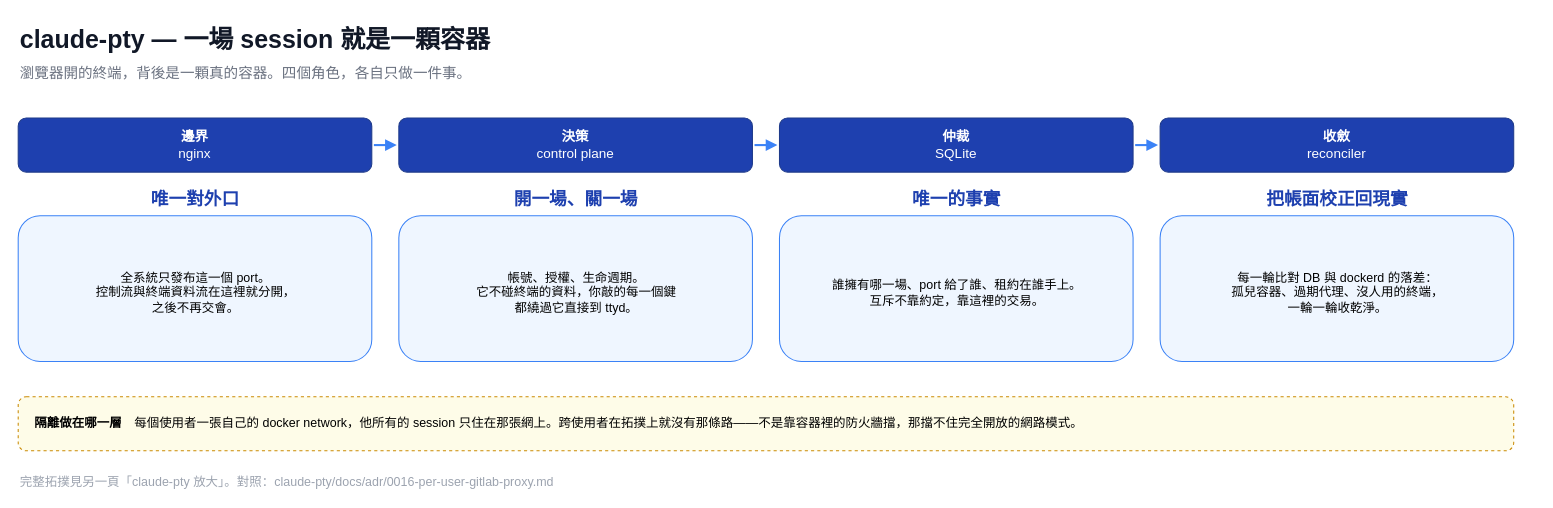
Above: page "claude-pty（一頁版）" (3 of 3) of docs/architecture.drawio in nathanfhh/30-days-ironman (draw.io), before the change. Source tidied: cells renumbered, new cells numbered last; positions are measured from the earlier drawing's top-left corner, leaving out a move shared by most shapes. Both pictures are drawn from the tidied source at 104%, with x=0, y=0 at pixel (18, 18).
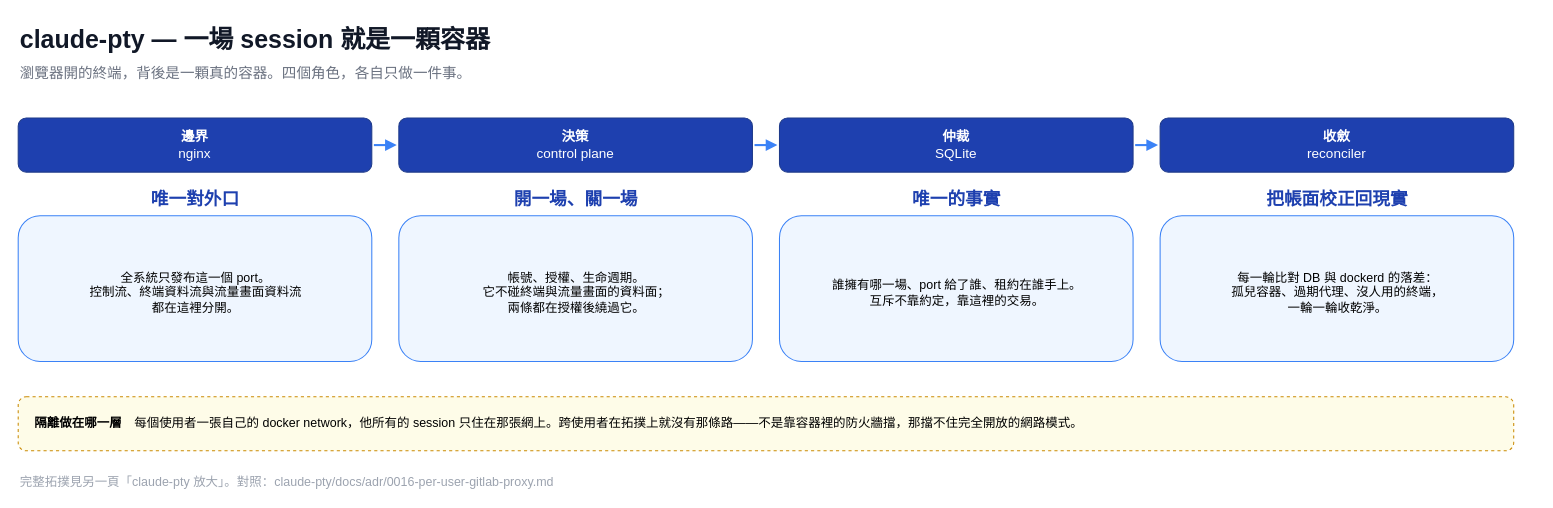
Above is the later version.

Diff of the diagram source:
```diff
@@
-    <mxCell id="6" value="全系統只發布這一個 port。&lt;br&gt;控制流與終端資料流在這裡就分開，&lt;br&gt;之後不再交會。" style="rounded=1;whiteSpace=wrap;html=1;fillColor=#eff6ff;strokeColor=#3b82f6;fontSize=12;align=center;spacingLeft=12;spacingRight=10;verticalAlign=middle;spacingTop=8;" parent="1" vertex="1">
+    <mxCell id="6" value="全系統只發布這一個 port。&lt;br&gt;控制流、終端資料流與流量畫面資料流&lt;br&gt;都在這裡分開。" style="rounded=1;whiteSpace=wrap;html=1;fillColor=#eff6ff;strokeColor=#3b82f6;fontSize=12;align=center;spacingLeft=12;spacingRight=10;verticalAlign=middle;spacingTop=8;" parent="1" vertex="1">
       <mxGeometry y="190" width="340" height="140" as="geometry" />
     </mxCell>
@@
-    <mxCell id="9" value="帳號、授權、生命週期。&lt;br&gt;它不碰終端的資料，你敲的每一個鍵&lt;br&gt;都繞過它直接到 ttyd。" style="rounded=1;whiteSpace=wrap;html=1;fillColor=#eff6ff;strokeColor=#3b82f6;fontSize=12;align=center;spacingLeft=12;spacingRight=10;verticalAlign=middle;spacingTop=8;" parent="1" vertex="1">
+    <mxCell id="9" value="帳號、授權、生命週期。&lt;br&gt;它不碰終端與流量畫面的資料面；&lt;br&gt;兩條都在授權後繞過它。" style="rounded=1;whiteSpace=wrap;html=1;fillColor=#eff6ff;strokeColor=#3b82f6;fontSize=12;align=center;spacingLeft=12;spacingRight=10;verticalAlign=middle;spacingTop=8;" parent="1" vertex="1">
       <mxGeometry x="366" y="190" width="340" height="140" as="geometry" />
     </mxCell>
```
